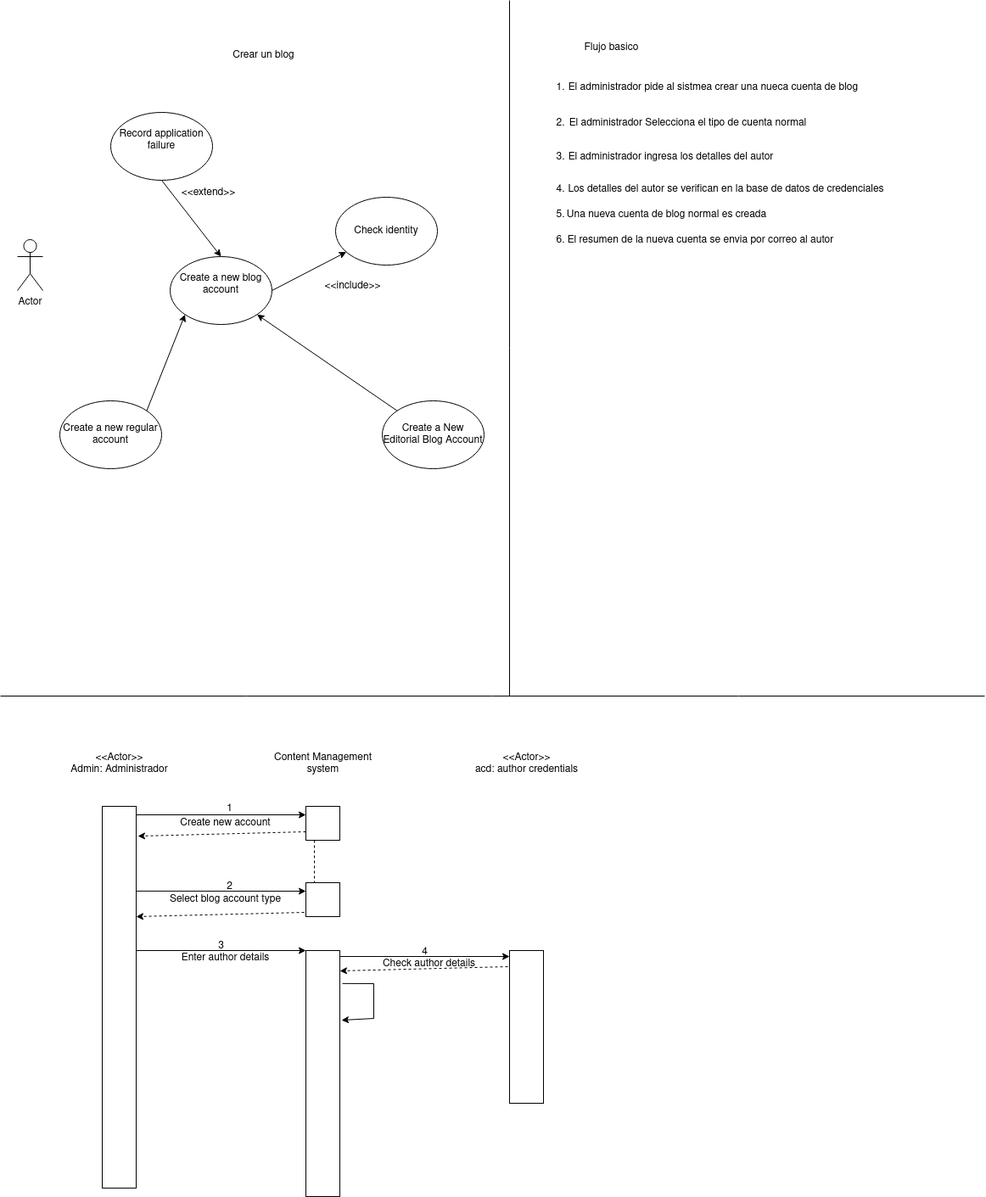
Earlier version of the draw.io export DSejemplo.drawio.png (GermanOjeda/Tarea-ETS). Source tidied: cells renumbered, new cells last; positions are measured from the earlier drawing's top-left corner, leaving out a move shared by most shapes.
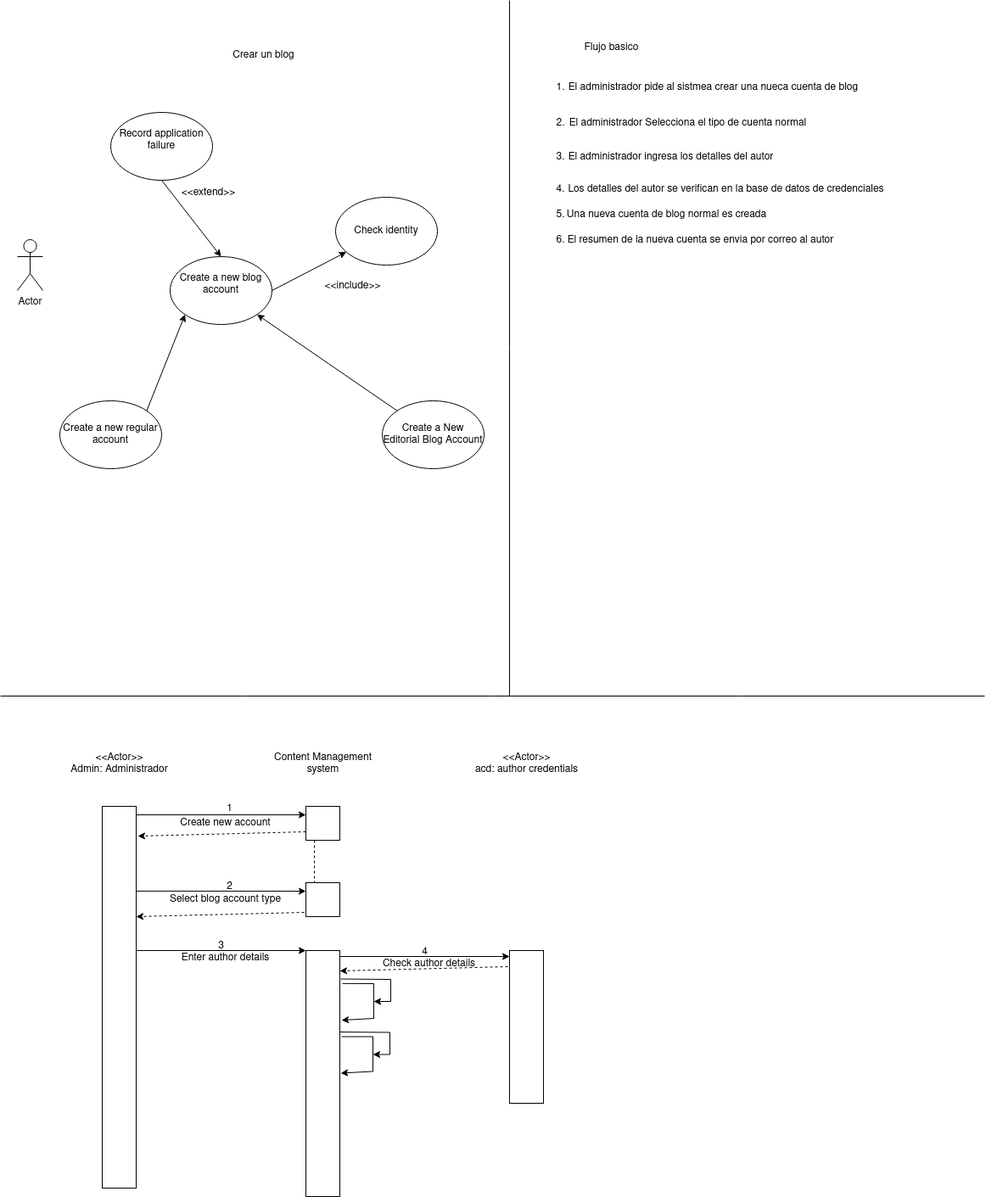
The same diagram one commit later.

Change to the diagram source:
```diff
@@ -188,5 +188,35 @@
         </Array>
       </mxGeometry>
     </mxCell>
+    <mxCell id="55" style="endArrow=classic;html=1;rounded=0;exitX=1.075;exitY=0.134;exitDx=0;exitDy=0;exitPerimeter=0;" parent="1" edge="1">
+      <mxGeometry relative="1" as="geometry">
+        <mxPoint x="401" y="1153.5" as="sourcePoint" />
+        <mxPoint x="440" y="1180" as="targetPoint" />
+        <Array as="points">
+          <mxPoint x="460" y="1154" />
+          <mxPoint x="460" y="1180" />
+        </Array>
+      </mxGeometry>
+    </mxCell>
+    <mxCell id="56" style="endArrow=classic;html=1;rounded=0;exitX=1.075;exitY=0.134;exitDx=0;exitDy=0;exitPerimeter=0;entryX=1.05;entryY=0.283;entryDx=0;entryDy=0;entryPerimeter=0;" parent="1" edge="1">
+      <mxGeometry relative="1" as="geometry">
+        <mxPoint x="402" y="1221.5" as="sourcePoint" />
+        <mxPoint x="401" y="1264.5" as="targetPoint" />
+        <Array as="points">
+          <mxPoint x="439" y="1221.5" />
+          <mxPoint x="439" y="1262.5" />
+        </Array>
+      </mxGeometry>
+    </mxCell>
+    <mxCell id="57" style="endArrow=classic;html=1;rounded=0;exitX=1.075;exitY=0.134;exitDx=0;exitDy=0;exitPerimeter=0;" parent="1" edge="1">
+      <mxGeometry relative="1" as="geometry">
+        <mxPoint x="400" y="1216" as="sourcePoint" />
+        <mxPoint x="439" y="1242.5" as="targetPoint" />
+        <Array as="points">
+          <mxPoint x="459" y="1216.5" />
+          <mxPoint x="459" y="1242.5" />
+        </Array>
+      </mxGeometry>
+    </mxCell>
   </root>
 </mxGraphModel>
```
